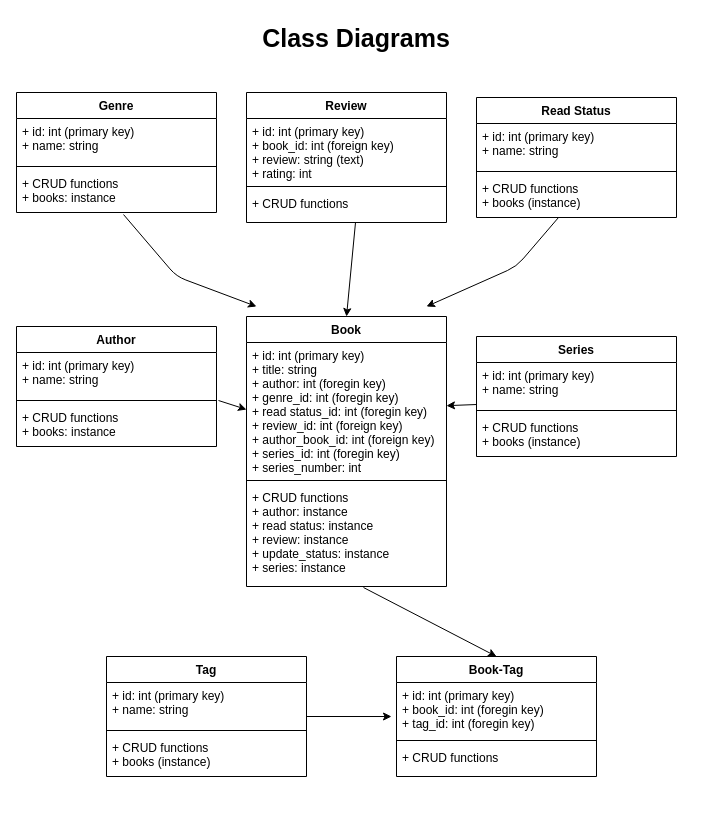
This is page "Page-1" (1 of 3) of planning/library_project.drawio from nikitaschultz/library_project, a draw.io file, before an edit. Source tidied: cells renumbered, new cells numbered last; positions are measured from the earlier drawing's top-left corner, leaving out a move shared by most shapes. Both pictures are drawn from the tidied source at 100%, with x=0, y=0 at pixel (16, 16).
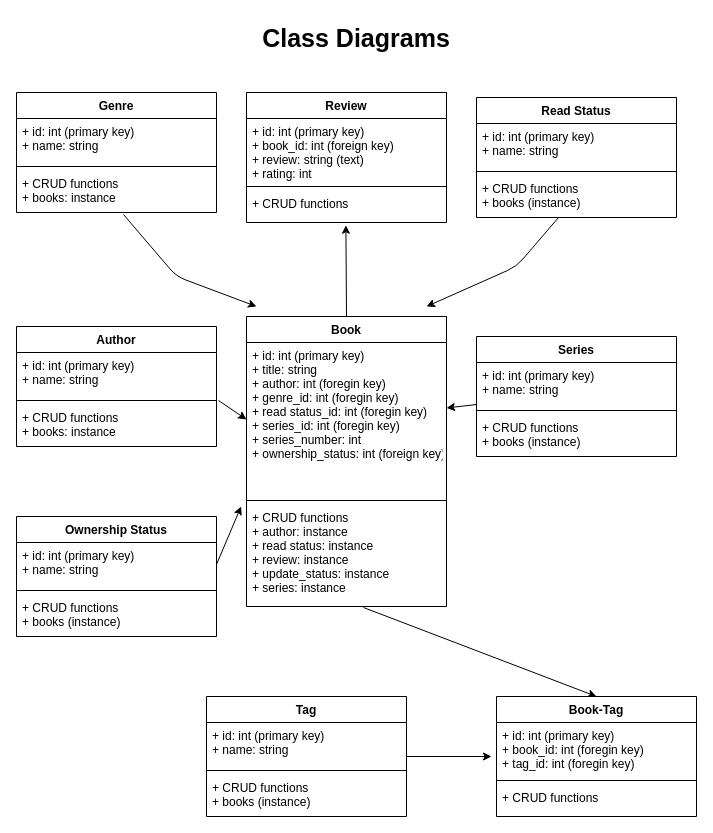
Above is the later version.

The change refers to these unchanged cells:
```xml
<mxCell id="22" value="+ CRUD functions" style="text;strokeColor=none;fillColor=none;align=left;verticalAlign=top;spacingLeft=4;spacingRight=4;overflow=hidden;points=[[0,0.5],[1,0.5]];portConstraint=eastwest;" parent="19" vertex="1">
  <mxGeometry y="98" width="200" height="32" as="geometry" />
</mxCell>
<mxCell id="33" value="+ id: int (primary key)&#10;+ book_id: int (foregin key)&#10;+ tag_id: int (foregin key)" style="text;strokeColor=none;fillColor=none;align=left;verticalAlign=top;spacingLeft=4;spacingRight=4;overflow=hidden;points=[[0,0.5],[1,0.5]];portConstraint=eastwest;" parent="32" vertex="1">
  <mxGeometry y="26" width="200" height="54" as="geometry" />
</mxCell>
```

The edit, as a diff of the source:
```diff
@@
-    <mxCell id="7" style="endArrow=classic;html=1;fontSize=16;entryX=0.5;entryY=0;entryDx=0;entryDy=0;" parent="1" edge="1" target="11">
-      <mxGeometry relative="1" as="geometry">
-        <mxPoint x="339" y="206" as="sourcePoint" />
-      </mxGeometry>
+    <mxCell id="7" style="endArrow=classic;html=1;fontSize=16;exitX=0.5;exitY=0;exitDx=0;exitDy=0;entryX=0.497;entryY=1.086;entryDx=0;entryDy=0;entryPerimeter=0;" parent="1" edge="1" source="11" target="22">
+      <mxGeometry relative="1" as="geometry" />
     </mxCell>
@@
     <mxCell id="11" value="Book" style="swimlane;fontStyle=1;align=center;verticalAlign=top;horizontal=1;startSize=26;" parent="1" vertex="1">
-      <mxGeometry x="230" y="300" width="200" height="270" as="geometry" />
+      <mxGeometry x="230" y="300" width="200" height="290" as="geometry" />
     </mxCell>
-    <mxCell id="12" value="+ id: int (primary key)&#10;+ title: string&#10;+ author: int (foregin key)&#10;+ genre_id: int (foregin key)&#10;+ read status_id: int (foregin key)&#10;+ review_id: int (foreign key)&#10;+ author_book_id: int (foreign key)&#10;+ series_id: int (foregin key)&#10;+ series_number: int" style="text;strokeColor=none;fillColor=none;align=left;verticalAlign=top;spacingLeft=4;spacingRight=4;overflow=hidden;points=[[0,0.5],[1,0.5]];portConstraint=eastwest;" parent="11" vertex="1">
-      <mxGeometry y="26" width="200" height="134" as="geometry" />
+    <mxCell id="12" value="+ id: int (primary key)&#10;+ title: string&#10;+ author: int (foregin key)&#10;+ genre_id: int (foregin key)&#10;+ read status_id: int (foregin key)&#10;+ series_id: int (foregin key)&#10;+ series_number: int&#10;+ ownership_status: int (foreign key)" style="text;strokeColor=none;fillColor=none;align=left;verticalAlign=top;spacingLeft=4;spacingRight=4;overflow=hidden;points=[[0,0.5],[1,0.5]];portConstraint=eastwest;" parent="11" vertex="1">
+      <mxGeometry y="26" width="200" height="154" as="geometry" />
     </mxCell>
     <mxCell id="13" style="line;strokeWidth=1;fillColor=none;align=left;verticalAlign=middle;spacingTop=-1;spacingLeft=3;spacingRight=3;labelPosition=right;" parent="11" vertex="1">
-      <mxGeometry y="160" width="200" height="8" as="geometry" />
+      <mxGeometry y="180" width="200" height="8" as="geometry" />
     </mxCell>
     <mxCell id="14" value="+ CRUD functions&#10;+ author: instance&#10;+ read status: instance&#10;+ review: instance&#10;+ update_status: instance&#10;+ series: instance" style="text;strokeColor=none;fillColor=none;align=left;verticalAlign=top;spacingLeft=4;spacingRight=4;overflow=hidden;points=[[0,0.5],[1,0.5]];portConstraint=eastwest;" parent="11" vertex="1">
-      <mxGeometry y="168" width="200" height="102" as="geometry" />
+      <mxGeometry y="188" width="200" height="102" as="geometry" />
     </mxCell>
@@
+    <mxCell id="40" style="endArrow=classic;html=1;fontSize=16;entryX=-0.025;entryY=0.63;entryDx=0;entryDy=0;entryPerimeter=0;" parent="1" edge="1" target="33">
+      <mxGeometry relative="1" as="geometry">
+        <mxPoint x="390" y="740" as="sourcePoint" />
+      </mxGeometry>
+    </mxCell>
+    <mxCell id="41" style="endArrow=classic;html=1;fontSize=16;entryX=0.5;entryY=0;entryDx=0;entryDy=0;exitX=0.585;exitY=1.01;exitDx=0;exitDy=0;exitPerimeter=0;" parent="1" edge="1" source="14" target="32">
+      <mxGeometry relative="1" as="geometry" />
+    </mxCell>
     <mxCell id="32" value="Book-Tag" style="swimlane;fontStyle=1;align=center;verticalAlign=top;horizontal=1;startSize=26;" parent="1" vertex="1">
-      <mxGeometry x="380" y="640" width="200" height="120" as="geometry" />
+      <mxGeometry x="480" y="680" width="200" height="120" as="geometry" />
     </mxCell>
@@
     <mxCell id="36" value="Tag" style="swimlane;fontStyle=1;align=center;verticalAlign=top;horizontal=1;startSize=26;" parent="1" vertex="1">
-      <mxGeometry x="90" y="640" width="200" height="120" as="geometry" />
+      <mxGeometry x="190" y="680" width="200" height="120" as="geometry" />
     </mxCell>
@@
-    <mxCell id="40" style="endArrow=classic;html=1;fontSize=16;entryX=-0.025;entryY=0.63;entryDx=0;entryDy=0;entryPerimeter=0;" parent="1" edge="1" target="33">
-      <mxGeometry relative="1" as="geometry">
-        <mxPoint x="290" y="700" as="sourcePoint" />
-      </mxGeometry>
-    </mxCell>
-    <mxCell id="41" style="endArrow=classic;html=1;fontSize=16;entryX=0.5;entryY=0;entryDx=0;entryDy=0;exitX=0.585;exitY=1.01;exitDx=0;exitDy=0;exitPerimeter=0;" parent="1" edge="1" source="14" target="32">
-      <mxGeometry relative="1" as="geometry" />
-    </mxCell>
+    <mxCell id="42" value="Ownership Status" style="swimlane;fontStyle=1;align=center;verticalAlign=top;horizontal=1;startSize=26;" parent="1" vertex="1">
+      <mxGeometry y="500" width="200" height="120" as="geometry" />
+    </mxCell>
+    <mxCell id="43" value="+ id: int (primary key)&#10;+ name: string" style="text;strokeColor=none;fillColor=none;align=left;verticalAlign=top;spacingLeft=4;spacingRight=4;overflow=hidden;points=[[0,0.5],[1,0.5]];portConstraint=eastwest;" parent="42" vertex="1">
+      <mxGeometry y="26" width="200" height="44" as="geometry" />
+    </mxCell>
+    <mxCell id="44" style="line;strokeWidth=1;fillColor=none;align=left;verticalAlign=middle;spacingTop=-1;spacingLeft=3;spacingRight=3;labelPosition=right;" parent="42" vertex="1">
+      <mxGeometry y="70" width="200" height="8" as="geometry" />
+    </mxCell>
+    <mxCell id="45" value="+ CRUD functions&#10;+ books (instance)" style="text;strokeColor=none;fillColor=none;align=left;verticalAlign=top;spacingLeft=4;spacingRight=4;overflow=hidden;" parent="42" vertex="1">
+      <mxGeometry y="78" width="200" height="42" as="geometry" />
+    </mxCell>
+    <mxCell id="46" style="endArrow=classic;html=1;fontSize=16;exitX=1;exitY=0.5;exitDx=0;exitDy=0;entryX=-0.027;entryY=0.019;entryDx=0;entryDy=0;entryPerimeter=0;" parent="1" edge="1" source="43" target="14">
+      <mxGeometry relative="1" as="geometry" />
+    </mxCell>
```
